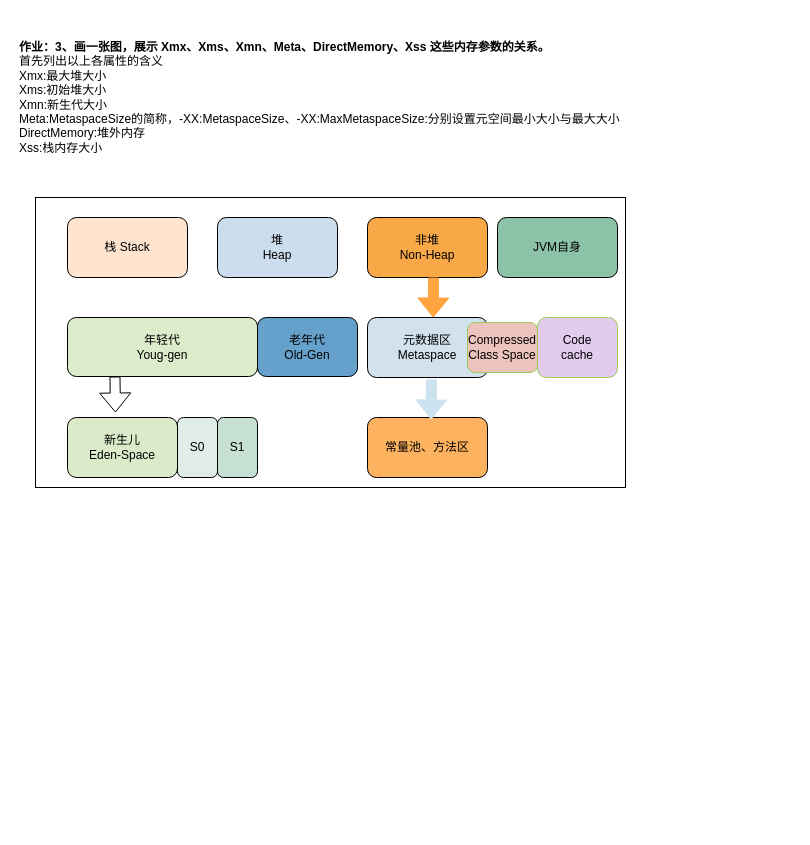
Above: Untitled Diagram.drawio in damingqicai/JAVA-000 (draw.io), before the change. Source tidied: cells renumbered, new cells numbered last; positions are measured from the earlier drawing's top-left corner, leaving out a move shared by most shapes. Both pictures are drawn from the tidied source at 100%, with x=0, y=0 at pixel (17, 17).
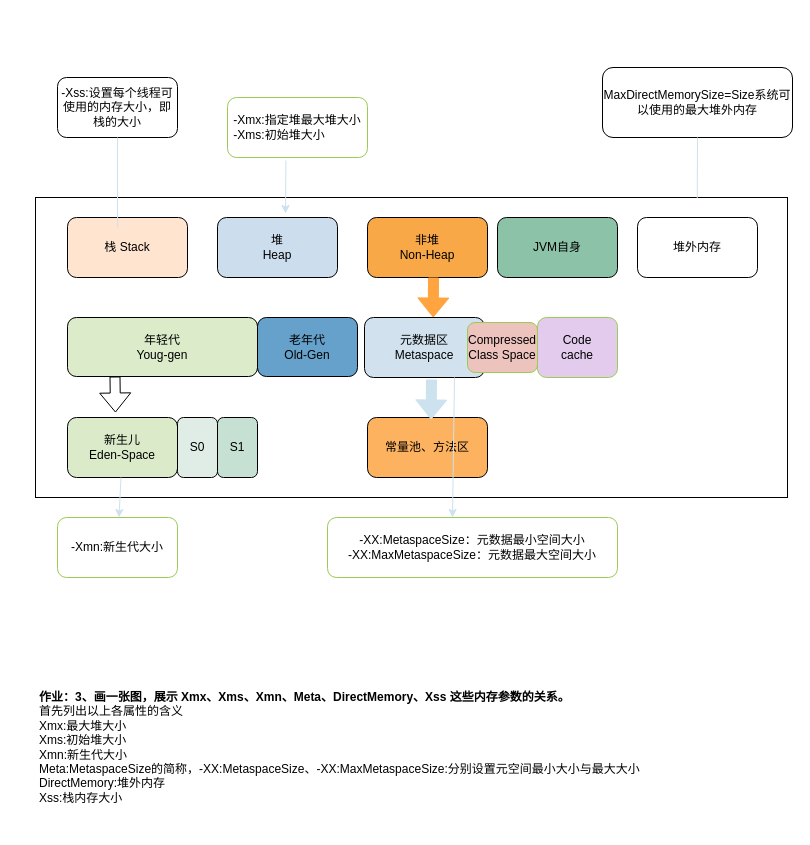
The same page after the edit.

Commit message:
JVM相关参数之间关系图

Unchanged cells that the change refers to:
```xml
<mxCell id="4" value="栈 Stack" style="rounded=1;whiteSpace=wrap;html=1;fillColor=#FFE4CF;" parent="1" vertex="1">
  <mxGeometry x="50" y="200" width="120" height="60" as="geometry" />
</mxCell>
<mxCell id="11" value="新生儿&lt;br&gt;Eden-Space" style="rounded=1;whiteSpace=wrap;html=1;fillColor=#DBEBC9;" parent="1" vertex="1">
  <mxGeometry x="50" y="400" width="110" height="60" as="geometry" />
</mxCell>
```

Change to the diagram source:
```diff
@@
     <mxCell id="2" value="&lt;div&gt;&lt;b&gt;作业：3、画一张图，展示 Xmx、Xms、Xmn、Meta、DirectMemory、Xss 这些内存参数的&lt;span&gt;关系。&lt;/span&gt;&lt;/b&gt;&lt;/div&gt;&lt;div&gt;首先列出以上各属性的含义&lt;/div&gt;&lt;div&gt;Xmx:最大堆大小&lt;/div&gt;&lt;div&gt;Xms:初始堆大小&lt;/div&gt;&lt;div&gt;Xmn:新生代大小&lt;/div&gt;&lt;div&gt;Meta:MetaspaceSize的简称，-XX:MetaspaceSize、-XX:MaxMetaspaceSize:分别设置元空间最小大小与最大大小&lt;/div&gt;&lt;div&gt;DirectMemory:堆外内存&lt;/div&gt;&lt;div&gt;Xss:栈内存大小&lt;/div&gt;" style="text;html=1;strokeColor=none;fillColor=none;align=left;verticalAlign=middle;whiteSpace=wrap;rounded=0;" parent="1" vertex="1">
-      <mxGeometry width="660" height="160" as="geometry" />
+      <mxGeometry x="20" y="650" width="660" height="160" as="geometry" />
     </mxCell>
     <mxCell id="3" style="rounded=0;whiteSpace=wrap;html=1;" parent="1" vertex="1">
-      <mxGeometry x="18" y="180" width="590" height="290" as="geometry" />
+      <mxGeometry x="18" y="180" width="752" height="300" as="geometry" />
     </mxCell>
@@
     <mxCell id="10" value="元数据区&lt;br&gt;Metaspace" style="rounded=1;whiteSpace=wrap;html=1;fillColor=#D1E1EE;" parent="1" vertex="1">
-      <mxGeometry x="350" y="300" width="120" height="60" as="geometry" />
+      <mxGeometry x="347" y="300" width="120" height="60" as="geometry" />
     </mxCell>
@@
+    <mxCell id="20" value="&lt;div style=&quot;text-align: left&quot;&gt;-Xmx:指定堆最大堆大小&lt;/div&gt;&lt;div style=&quot;text-align: left&quot;&gt;-Xms:初始堆大小&lt;/div&gt;" style="rounded=1;whiteSpace=wrap;html=1;strokeColor=#9BCB55;fillColor=#FFFFFF;" parent="1" vertex="1">
+      <mxGeometry x="210" y="80" width="140" height="60" as="geometry" />
+    </mxCell>
+    <mxCell id="21" style="endArrow=classic;html=1;strokeColor=#CCE2EE;fillColor=#CCE2EE;exitX=0.417;exitY=1.05;exitDx=0;exitDy=0;exitPerimeter=0;" parent="1" edge="1" source="20">
+      <mxGeometry relative="1" as="geometry">
+        <mxPoint x="268" y="196" as="targetPoint" />
+      </mxGeometry>
+    </mxCell>
+    <mxCell id="22" value="&lt;span style=&quot;text-align: left&quot;&gt;-Xmn:新生代大小&lt;/span&gt;" style="rounded=1;whiteSpace=wrap;html=1;strokeColor=#9BCB55;fillColor=#FFFFFF;" parent="1" vertex="1">
+      <mxGeometry x="40" y="500" width="120" height="60" as="geometry" />
+    </mxCell>
+    <mxCell id="23" style="endArrow=classic;html=1;strokeColor=#CCE2EE;fillColor=#CCE2EE;" parent="1" edge="1" source="11" target="22">
+      <mxGeometry relative="1" as="geometry" />
+    </mxCell>
+    <mxCell id="24" value="&lt;span style=&quot;text-align: left&quot;&gt;-XX:MetaspaceSize：元数据最小空间大小&lt;br&gt;-XX:MaxMetaspaceSize：元数据最大空间大小&lt;/span&gt;" style="rounded=1;whiteSpace=wrap;html=1;strokeColor=#9BCB55;fillColor=#FFFFFF;" parent="1" vertex="1">
+      <mxGeometry x="310" y="500" width="290" height="60" as="geometry" />
+    </mxCell>
+    <mxCell id="25" style="endArrow=classic;html=1;strokeColor=#CCE2EE;fillColor=#CCE2EE;exitX=0.75;exitY=1;exitDx=0;exitDy=0;entryX=0.431;entryY=0;entryDx=0;entryDy=0;entryPerimeter=0;" parent="1" edge="1" source="10" target="24">
+      <mxGeometry relative="1" as="geometry" />
+    </mxCell>
+    <mxCell id="26" value="-Xss:设置每个线程可使用的内存大小，即栈的大小" style="rounded=1;whiteSpace=wrap;html=1;strokeColor=#000000;fillColor=#FFFFFF;" parent="1" vertex="1">
+      <mxGeometry x="40" y="60" width="120" height="60" as="geometry" />
+    </mxCell>
+    <mxCell id="27" style="endArrow=none;html=1;strokeColor=#CCE2EE;fillColor=#CCE2EE;entryX=0.5;entryY=1;entryDx=0;entryDy=0;exitX=0.417;exitY=0.167;exitDx=0;exitDy=0;exitPerimeter=0;" parent="1" edge="1" source="4" target="26">
+      <mxGeometry relative="1" as="geometry" />
+    </mxCell>
+    <mxCell id="28" value="堆外内存" style="rounded=1;whiteSpace=wrap;html=1;strokeColor=#000000;fillColor=#FFFFFF;" parent="1" vertex="1">
+      <mxGeometry x="620" y="200" width="120" height="60" as="geometry" />
+    </mxCell>
+    <mxCell id="29" value="MaxDirectMemorySize=Size系统可以使用的最大堆外内存" style="rounded=1;whiteSpace=wrap;html=1;strokeColor=#000000;fillColor=#FFFFFF;" parent="1" vertex="1">
+      <mxGeometry x="585" y="50" width="190" height="70" as="geometry" />
+    </mxCell>
+    <mxCell id="30" style="endArrow=none;html=1;strokeColor=#CCE2EE;fillColor=#CCE2EE;exitX=0.88;exitY=0.003;exitDx=0;exitDy=0;exitPerimeter=0;entryX=0.5;entryY=1;entryDx=0;entryDy=0;" parent="1" edge="1" source="3" target="29">
+      <mxGeometry relative="1" as="geometry" />
+    </mxCell>
```
